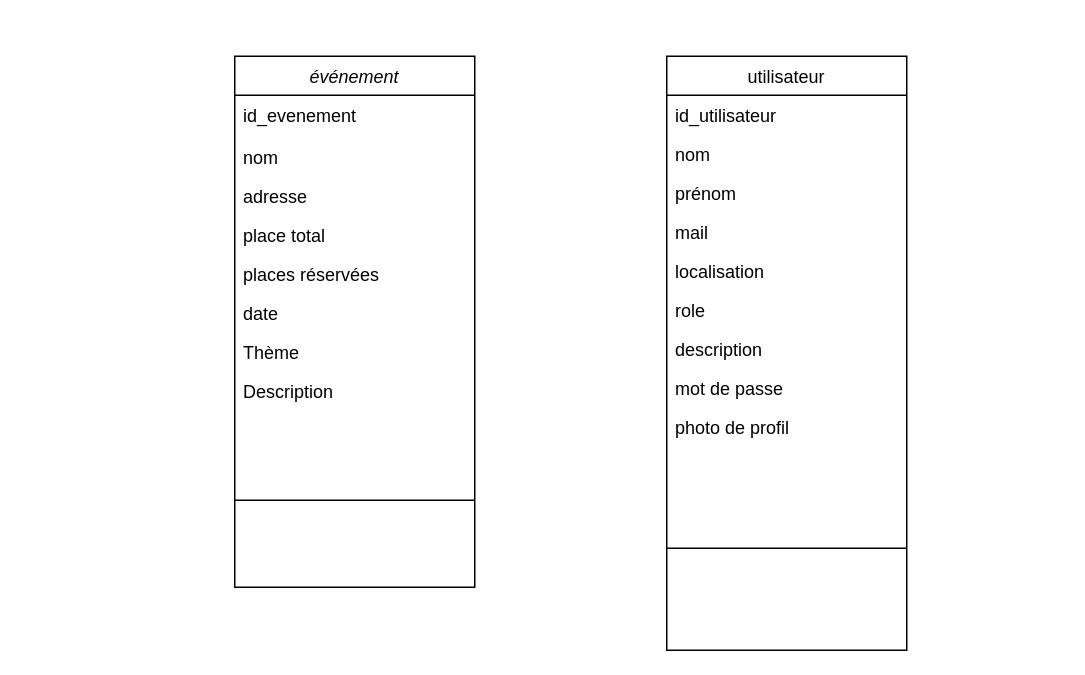
Above: Untitled Diagram.drawio in Lucas-formation/challenge-48h-2022 (draw.io), before the change. Source tidied: cells renumbered, new cells numbered last; positions are measured from the earlier drawing's top-left corner, leaving out a move shared by most shapes. Both pictures are drawn from the tidied source at 150%, with x=0, y=0 at pixel (234, 56).
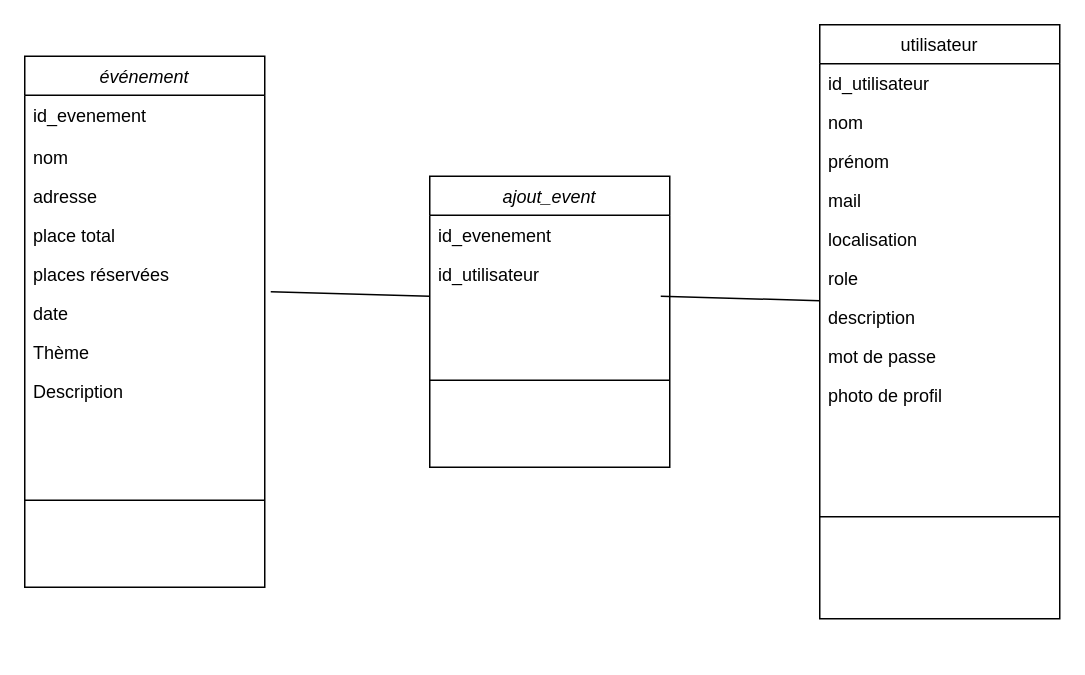
After the change.

The change refers to these unchanged cells:
```xml
<mxCell id="8" value="date&#10;" style="text;align=left;verticalAlign=top;spacingLeft=4;spacingRight=4;overflow=hidden;points=[[0,0.5],[1,0.5]];portConstraint=eastwest;" parent="2" vertex="1">
  <mxGeometry y="158" width="160" height="26" as="geometry" />
</mxCell>
```

What changed in the source:
```diff
@@
     <mxCell id="2" value="événement" style="swimlane;fontStyle=2;align=center;verticalAlign=top;horizontal=1;startSize=26;rounded=0;shadow=0;strokeWidth=1;" parent="1" vertex="1">
-      <mxGeometry width="160" height="354" as="geometry" />
+      <mxGeometry x="-140" width="160" height="354" as="geometry" />
     </mxCell>
@@
     <mxCell id="12" value="utilisateur" style="swimlane;fontStyle=0;align=center;verticalAlign=top;horizontal=1;startSize=26;rounded=0;shadow=0;strokeWidth=1;" parent="1" vertex="1">
-      <mxGeometry x="288" width="160" height="396" as="geometry" />
+      <mxGeometry x="390" y="-21" width="160" height="396" as="geometry" />
     </mxCell>
@@
+    <mxCell id="23" value="ajout_event" style="swimlane;fontStyle=2;align=center;verticalAlign=top;horizontal=1;startSize=26;rounded=0;shadow=0;strokeWidth=1;" parent="1" vertex="1">
+      <mxGeometry x="130" y="80" width="160" height="194" as="geometry" />
+    </mxCell>
+    <mxCell id="24" value="id_evenement&#10;" style="text;align=left;verticalAlign=top;spacingLeft=4;spacingRight=4;overflow=hidden;" parent="23" vertex="1">
+      <mxGeometry y="26" width="160" height="26" as="geometry" />
+    </mxCell>
+    <mxCell id="25" value="id_utilisateur" style="text;align=left;verticalAlign=top;spacingLeft=4;spacingRight=4;overflow=hidden;rounded=0;shadow=0;html=0;" parent="23" vertex="1">
+      <mxGeometry y="52" width="160" height="26" as="geometry" />
+    </mxCell>
+    <mxCell id="26" style="line;html=1;strokeWidth=1;align=left;verticalAlign=middle;spacingTop=-1;spacingLeft=3;spacingRight=3;labelPosition=right;" parent="23" vertex="1">
+      <mxGeometry y="78" width="160" height="116" as="geometry" />
+    </mxCell>
+    <mxCell id="27" style="endArrow=none;html=1;rounded=0;exitX=1.025;exitY=-0.038;exitDx=0;exitDy=0;exitPerimeter=0;" parent="1" edge="1" source="8">
+      <mxGeometry relative="1" as="geometry">
+        <mxPoint x="130" y="160" as="targetPoint" />
+      </mxGeometry>
+    </mxCell>
+    <mxCell id="28" style="endArrow=none;html=1;rounded=0;exitX=1.025;exitY=-0.038;exitDx=0;exitDy=0;exitPerimeter=0;" parent="1" edge="1">
+      <mxGeometry relative="1" as="geometry">
+        <mxPoint x="284" y="160" as="sourcePoint" />
+        <mxPoint x="390" y="163" as="targetPoint" />
+      </mxGeometry>
+    </mxCell>
```
